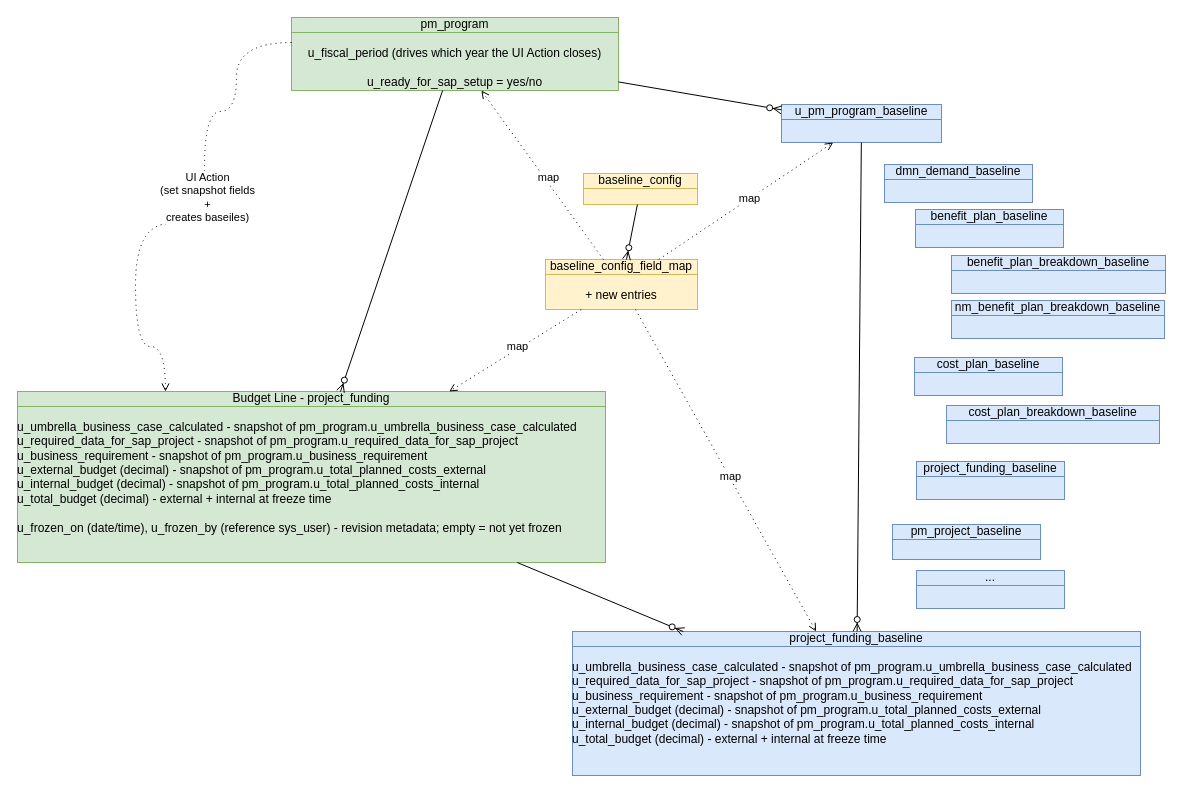
algimas/tmp keeps this draw.io diagram as page "mProgram2" (8 of 10) of Wac.drawio. Above is the earlier version. Source tidied: cells renumbered, new cells numbered last; positions are measured from the earlier drawing's top-left corner, leaving out a move shared by most shapes. Both pictures are drawn from the tidied source at 100%, with x=0, y=0 at pixel (17, 17).
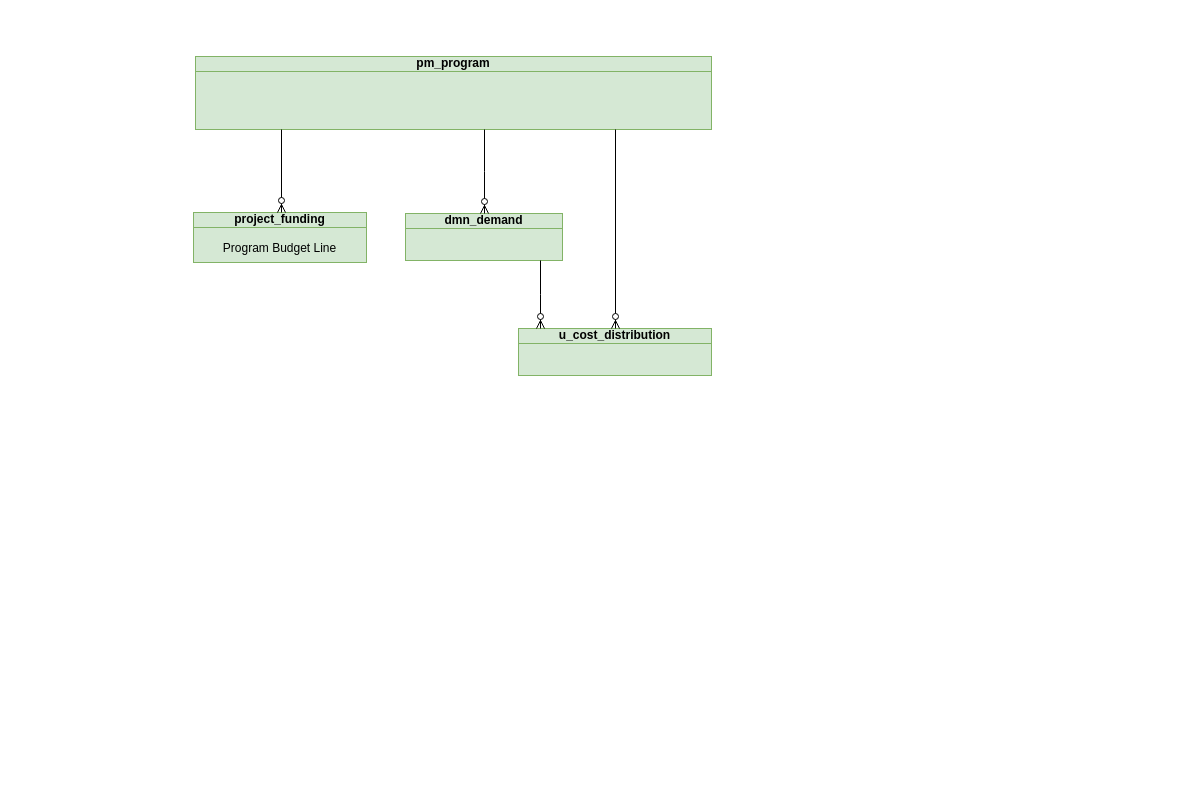
After the change.

The edit, as a diff of the source:
```diff
@@
-    <mxCell id="2" value="pm_program&lt;div&gt;&lt;br&gt;&lt;/div&gt;&lt;div&gt;u_fiscal_period (drives which year the UI Action closes)&lt;/div&gt;&lt;div&gt;&lt;br&gt;&lt;/div&gt;&lt;div&gt;u_ready_for_sap_setup = yes/no&lt;/div&gt;" style="html=1;outlineConnect=0;whiteSpace=wrap;fillColor=#d5e8d4;shape=mxgraph.archimate3.businessObject;overflow=fill;strokeColor=#82b366;fontStyle=0;fontSize=12;shadow=0;" parent="1" vertex="1">
-      <mxGeometry x="274" width="327" height="73" as="geometry" />
+    <mxCell id="2" value="&lt;b&gt;pm_program&lt;/b&gt;&lt;div&gt;&lt;br&gt;&lt;/div&gt;&lt;div&gt;&lt;br&gt;&lt;/div&gt;" style="html=1;outlineConnect=0;whiteSpace=wrap;fillColor=#d5e8d4;shape=mxgraph.archimate3.businessObject;overflow=fill;strokeColor=#82b366;fontStyle=0;fontSize=12;shadow=0;" parent="1" vertex="1">
+      <mxGeometry x="178" y="39" width="516" height="73" as="geometry" />
     </mxCell>
-    <mxCell id="3" value="Budget Line - project_funding&lt;div&gt;&lt;br&gt;&lt;/div&gt;&lt;div&gt;&lt;div style=&quot;text-align: left;&quot;&gt;u_umbrella_business_case_calculated - snapshot of pm_program.u_umbrella_business_case_calculated&lt;/div&gt;&lt;div style=&quot;text-align: left;&quot;&gt;u_required_data_for_sap_project - snapshot of pm_program.u_required_data_for_sap_project&lt;/div&gt;&lt;div style=&quot;text-align: left;&quot;&gt;u_business_requirement - snapshot of pm_program.u_business_requirement&lt;/div&gt;&lt;div style=&quot;text-align: left;&quot;&gt;u_external_budget (decimal) - snapshot of pm_program.u_total_planned_costs_external&lt;/div&gt;&lt;div style=&quot;text-align: left;&quot;&gt;u_internal_budget (decimal) - snapshot of pm_program.u_total_planned_costs_internal&lt;/div&gt;&lt;div style=&quot;text-align: left;&quot;&gt;u_total_budget (decimal) - external + internal at freeze time&lt;/div&gt;&lt;div style=&quot;text-align: left;&quot;&gt;&lt;br&gt;&lt;/div&gt;&lt;div style=&quot;text-align: left;&quot;&gt;u_frozen_on (date/time), u_frozen_by (reference sys_user) - revision metadata; empty = not yet frozen&lt;/div&gt;&lt;/div&gt;" style="html=1;outlineConnect=0;whiteSpace=wrap;fillColor=#d5e8d4;shape=mxgraph.archimate3.businessObject;overflow=fill;strokeColor=#82b366;fontStyle=0;fontSize=12;shadow=0;" parent="1" vertex="1">
-      <mxGeometry y="374" width="588" height="171" as="geometry" />
+    <mxCell id="3" value="&lt;b&gt;project_funding&lt;/b&gt;&lt;div&gt;&lt;b&gt;&lt;br&gt;&lt;/b&gt;&lt;div&gt;Program Budget Line&lt;b&gt;&lt;/b&gt;&lt;/div&gt;&lt;/div&gt;" style="html=1;outlineConnect=0;whiteSpace=wrap;fillColor=#d5e8d4;shape=mxgraph.archimate3.businessObject;overflow=fill;strokeColor=#82b366;fontStyle=0;fontSize=12;shadow=0;" parent="1" vertex="1">
+      <mxGeometry x="176" y="195" width="173" height="50" as="geometry" />
     </mxCell>
-    <mxCell id="4" style="fontSize=12;html=1;endArrow=ERzeroToMany;endFill=1;rounded=0;fontStyle=0;" parent="1" edge="1" source="2" target="3">
+    <mxCell id="4" style="fontSize=12;html=1;endArrow=ERzeroToMany;endFill=1;rounded=0;fontStyle=0;edgeStyle=elbowEdgeStyle;" parent="1" edge="1" source="2" target="3">
       <mxGeometry relative="1" as="geometry" />
     </mxCell>
-    <mxCell id="5" style="html=1;endArrow=open;endFill=0;dashed=1;dashPattern=1 4;rounded=0;edgeStyle=orthogonalEdgeStyle;curved=1;" parent="1" edge="1" source="2" target="3">
-      <mxGeometry relative="1" as="geometry">
-        <Array as="points">
-          <mxPoint x="219" y="25" />
-          <mxPoint x="219" y="94" />
-          <mxPoint x="187" y="94" />
-          <mxPoint x="187" y="206" />
-          <mxPoint x="118" y="206" />
-          <mxPoint x="118" y="329" />
-          <mxPoint x="148" y="329" />
-        </Array>
-      </mxGeometry>
-    </mxCell>
-    <mxCell id="6" value="UI Action&lt;div&gt;(set snapshot fields&lt;/div&gt;&lt;div&gt;+&lt;/div&gt;&lt;div&gt;creates baseiles)&lt;/div&gt;" style="edgeLabel;html=1;align=center;verticalAlign=middle;" parent="5" vertex="1">
-      <mxGeometry x="-0.1" y="2" relative="1" as="geometry" />
-    </mxCell>
-    <mxCell id="7" value="project_funding_baseline&lt;div&gt;&lt;br&gt;&lt;/div&gt;&lt;div&gt;&lt;div style=&quot;text-align: left;&quot;&gt;u_umbrella_business_case_calculated - snapshot of pm_program.u_umbrella_business_case_calculated&lt;/div&gt;&lt;div style=&quot;text-align: left;&quot;&gt;u_required_data_for_sap_project - snapshot of pm_program.u_required_data_for_sap_project&lt;/div&gt;&lt;div style=&quot;text-align: left;&quot;&gt;u_business_requirement - snapshot of pm_program.u_business_requirement&lt;/div&gt;&lt;div style=&quot;text-align: left;&quot;&gt;u_external_budget (decimal) - snapshot of pm_program.u_total_planned_costs_external&lt;/div&gt;&lt;div style=&quot;text-align: left;&quot;&gt;u_internal_budget (decimal) - snapshot of pm_program.u_total_planned_costs_internal&lt;/div&gt;&lt;div style=&quot;text-align: left;&quot;&gt;u_total_budget (decimal) - external + internal at freeze time&lt;/div&gt;&lt;/div&gt;" style="html=1;outlineConnect=0;whiteSpace=wrap;fillColor=#dae8fc;shape=mxgraph.archimate3.businessObject;overflow=fill;strokeColor=#6c8ebf;fontStyle=0;fontSize=12;shadow=0;" parent="1" vertex="1">
-      <mxGeometry x="555" y="614" width="568" height="144" as="geometry" />
-    </mxCell>
-    <mxCell id="8" style="fontSize=12;html=1;endArrow=ERzeroToMany;endFill=1;rounded=0;fontStyle=0;" parent="1" edge="1" source="3" target="7">
-      <mxGeometry relative="1" as="geometry" />
-    </mxCell>
-    <mxCell id="9" value="baseline_config_field_map&lt;div&gt;&lt;br&gt;&lt;/div&gt;&lt;div&gt;+ new entries&lt;/div&gt;" style="html=1;outlineConnect=0;whiteSpace=wrap;fillColor=#fff2cc;shape=mxgraph.archimate3.businessObject;overflow=fill;strokeColor=#d6b656;fontStyle=0;fontSize=12;shadow=0;" parent="1" vertex="1">
-      <mxGeometry x="528" y="242" width="152" height="50" as="geometry" />
-    </mxCell>
-    <mxCell id="10" style="html=1;endArrow=open;elbow=horizontal;endFill=0;dashed=1;dashPattern=1 4;rounded=0;" parent="1" edge="1" source="9" target="3">
-      <mxGeometry relative="1" as="geometry" />
-    </mxCell>
-    <mxCell id="11" value="map" style="edgeLabel;html=1;align=center;verticalAlign=middle;" parent="10" vertex="1">
-      <mxGeometry x="-0.05" y="-3" relative="1" as="geometry" />
-    </mxCell>
-    <mxCell id="12" style="html=1;endArrow=open;elbow=horizontal;endFill=0;dashed=1;dashPattern=1 4;rounded=0;" parent="1" edge="1" source="9" target="7">
-      <mxGeometry relative="1" as="geometry" />
-    </mxCell>
-    <mxCell id="13" value="map" style="edgeLabel;html=1;align=center;verticalAlign=middle;" parent="12" vertex="1">
-      <mxGeometry x="0.04" y="1" relative="1" as="geometry" />
-    </mxCell>
-    <mxCell id="14" value="u_pm_program_baseline" style="html=1;outlineConnect=0;whiteSpace=wrap;fillColor=#dae8fc;shape=mxgraph.archimate3.businessObject;overflow=fill;strokeColor=#6c8ebf;fontStyle=0;fontSize=12;shadow=0;" parent="1" vertex="1">
-      <mxGeometry x="764" y="87" width="160" height="38" as="geometry" />
-    </mxCell>
-    <mxCell id="15" style="fontSize=12;html=1;endArrow=ERzeroToMany;endFill=1;rounded=0;fontStyle=0;" parent="1" edge="1" source="2" target="14">
-      <mxGeometry relative="1" as="geometry" />
-    </mxCell>
-    <mxCell id="16" style="html=1;endArrow=open;elbow=horizontal;endFill=0;dashed=1;dashPattern=1 4;rounded=0;" parent="1" edge="1" source="9" target="2">
-      <mxGeometry relative="1" as="geometry" />
-    </mxCell>
-    <mxCell id="17" value="map" style="edgeLabel;html=1;align=center;verticalAlign=middle;" parent="16" vertex="1">
-      <mxGeometry x="-0.05" y="-3" relative="1" as="geometry" />
-    </mxCell>
-    <mxCell id="18" style="html=1;endArrow=open;elbow=horizontal;endFill=0;dashed=1;dashPattern=1 4;rounded=0;" parent="1" edge="1" source="9" target="14">
-      <mxGeometry relative="1" as="geometry" />
-    </mxCell>
-    <mxCell id="19" value="map" style="edgeLabel;html=1;align=center;verticalAlign=middle;" parent="18" vertex="1">
-      <mxGeometry x="0.04" y="1" relative="1" as="geometry" />
-    </mxCell>
-    <mxCell id="20" value="baseline_config" style="html=1;outlineConnect=0;whiteSpace=wrap;fillColor=#fff2cc;shape=mxgraph.archimate3.businessObject;overflow=fill;strokeColor=#d6b656;fontStyle=0;fontSize=12;shadow=0;" parent="1" vertex="1">
-      <mxGeometry x="566" y="156" width="114" height="31" as="geometry" />
-    </mxCell>
-    <mxCell id="21" style="fontSize=12;html=1;endArrow=ERzeroToMany;endFill=1;rounded=0;fontStyle=0;" parent="1" edge="1" source="20" target="9">
-      <mxGeometry relative="1" as="geometry" />
-    </mxCell>
-    <mxCell id="22" style="fontSize=12;html=1;endArrow=ERzeroToMany;endFill=1;rounded=0;fontStyle=0;" parent="1" edge="1" source="14" target="7">
-      <mxGeometry relative="1" as="geometry" />
-    </mxCell>
-    <mxCell id="23" value="pm_project_baseline" style="html=1;whiteSpace=wrap;fillColor=#dae8fc;shape=mxgraph.archimate3.businessObject;overflow=fill;strokeColor=#6c8ebf;fontStyle=0;fontSize=12;shadow=0;" parent="1" vertex="1">
-      <mxGeometry x="875" y="507" width="148" height="35" as="geometry" />
-    </mxCell>
-    <mxCell id="24" value="dmn_demand_baseline" style="html=1;whiteSpace=wrap;fillColor=#dae8fc;shape=mxgraph.archimate3.businessObject;overflow=fill;strokeColor=#6c8ebf;fontStyle=0;fontSize=12;shadow=0;" parent="1" vertex="1">
-      <mxGeometry x="867" y="147" width="148" height="38" as="geometry" />
-    </mxCell>
-    <mxCell id="25" value="benefit_plan_baseline" style="html=1;whiteSpace=wrap;fillColor=#dae8fc;shape=mxgraph.archimate3.businessObject;overflow=fill;strokeColor=#6c8ebf;fontStyle=0;fontSize=12;shadow=0;" parent="1" vertex="1">
-      <mxGeometry x="898" y="192" width="148" height="38" as="geometry" />
-    </mxCell>
-    <mxCell id="26" value="benefit_plan_breakdown_baseline" style="html=1;whiteSpace=wrap;fillColor=#dae8fc;shape=mxgraph.archimate3.businessObject;overflow=fill;strokeColor=#6c8ebf;fontStyle=0;fontSize=12;shadow=0;" parent="1" vertex="1">
-      <mxGeometry x="934" y="238" width="214" height="38" as="geometry" />
-    </mxCell>
-    <mxCell id="27" value="nm_benefit_plan_breakdown_baseline" style="html=1;whiteSpace=wrap;fillColor=#dae8fc;shape=mxgraph.archimate3.businessObject;overflow=fill;strokeColor=#6c8ebf;fontStyle=0;fontSize=12;shadow=0;" parent="1" vertex="1">
-      <mxGeometry x="934" y="283" width="213" height="38" as="geometry" />
-    </mxCell>
-    <mxCell id="28" value="cost_plan_baseline" style="html=1;whiteSpace=wrap;fillColor=#dae8fc;shape=mxgraph.archimate3.businessObject;overflow=fill;strokeColor=#6c8ebf;fontStyle=0;fontSize=12;shadow=0;" parent="1" vertex="1">
-      <mxGeometry x="897" y="340" width="148" height="38" as="geometry" />
-    </mxCell>
-    <mxCell id="29" value="cost_plan_breakdown_baseline" style="html=1;whiteSpace=wrap;fillColor=#dae8fc;shape=mxgraph.archimate3.businessObject;overflow=fill;strokeColor=#6c8ebf;fontStyle=0;fontSize=12;shadow=0;" parent="1" vertex="1">
-      <mxGeometry x="929" y="388" width="213" height="38" as="geometry" />
-    </mxCell>
-    <mxCell id="30" value="project_funding_baseline" style="html=1;whiteSpace=wrap;fillColor=#dae8fc;shape=mxgraph.archimate3.businessObject;overflow=fill;strokeColor=#6c8ebf;fontStyle=0;fontSize=12;shadow=0;" parent="1" vertex="1">
-      <mxGeometry x="899" y="444" width="148" height="38" as="geometry" />
-    </mxCell>
-    <mxCell id="31" value="..." style="html=1;whiteSpace=wrap;fillColor=#dae8fc;shape=mxgraph.archimate3.businessObject;overflow=fill;strokeColor=#6c8ebf;fontStyle=0;fontSize=12;shadow=0;" parent="1" vertex="1">
-      <mxGeometry x="899" y="553" width="148" height="38" as="geometry" />
-    </mxCell>
+    <mxCell id="32" value="&lt;b&gt;u_cost_distribution&lt;/b&gt;" style="html=1;outlineConnect=0;whiteSpace=wrap;fillColor=#d5e8d4;shape=mxgraph.archimate3.businessObject;overflow=fill;strokeColor=#82b366;fontStyle=0;fontSize=12;shadow=0;" parent="1" vertex="1">
+      <mxGeometry x="501" y="311" width="193" height="47" as="geometry" />
+    </mxCell>
+    <mxCell id="33" style="fontSize=12;html=1;endArrow=ERzeroToMany;endFill=1;rounded=0;fontStyle=0;edgeStyle=elbowEdgeStyle;" parent="1" edge="1" source="2" target="32">
+      <mxGeometry relative="1" as="geometry" />
+    </mxCell>
+    <mxCell id="34" value="&lt;b&gt;dmn_demand&lt;/b&gt;" style="html=1;outlineConnect=0;whiteSpace=wrap;fillColor=#d5e8d4;shape=mxgraph.archimate3.businessObject;overflow=fill;strokeColor=#82b366;fontStyle=0;fontSize=12;shadow=0;" parent="1" vertex="1">
+      <mxGeometry x="388" y="196" width="157" height="47" as="geometry" />
+    </mxCell>
+    <mxCell id="35" style="fontSize=12;html=1;endArrow=ERzeroToMany;endFill=1;rounded=0;fontStyle=0;edgeStyle=elbowEdgeStyle;" parent="1" edge="1" source="2" target="34">
+      <mxGeometry relative="1" as="geometry" />
+    </mxCell>
+    <mxCell id="36" style="fontSize=12;html=1;endArrow=ERzeroToMany;endFill=1;rounded=0;fontStyle=0;edgeStyle=elbowEdgeStyle;" parent="1" edge="1" source="34" target="32">
+      <mxGeometry relative="1" as="geometry" />
+    </mxCell>
```
